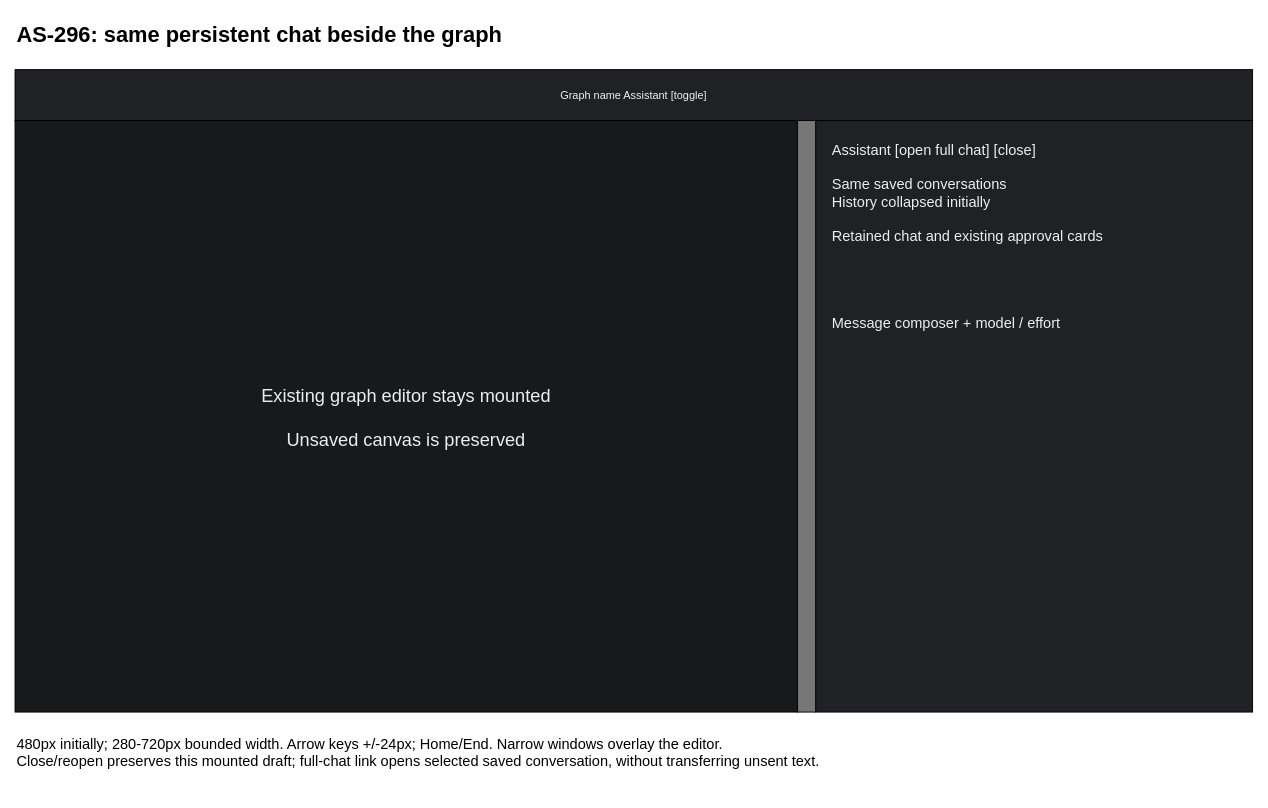
This is page "AS-296 - Resizable editor assistant" (5 of 5) of projects/laomedo/subsystems/agent-execution/design/application-assistant.drawio from amadou-6e/specs, a draw.io file, before an edit. Source tidied: cells renumbered, new cells numbered last; positions are measured from the earlier drawing's top-left corner, leaving out a move shared by most shapes. Both pictures are drawn from the tidied source at 91%, with x=0, y=0 at pixel (15, 15).
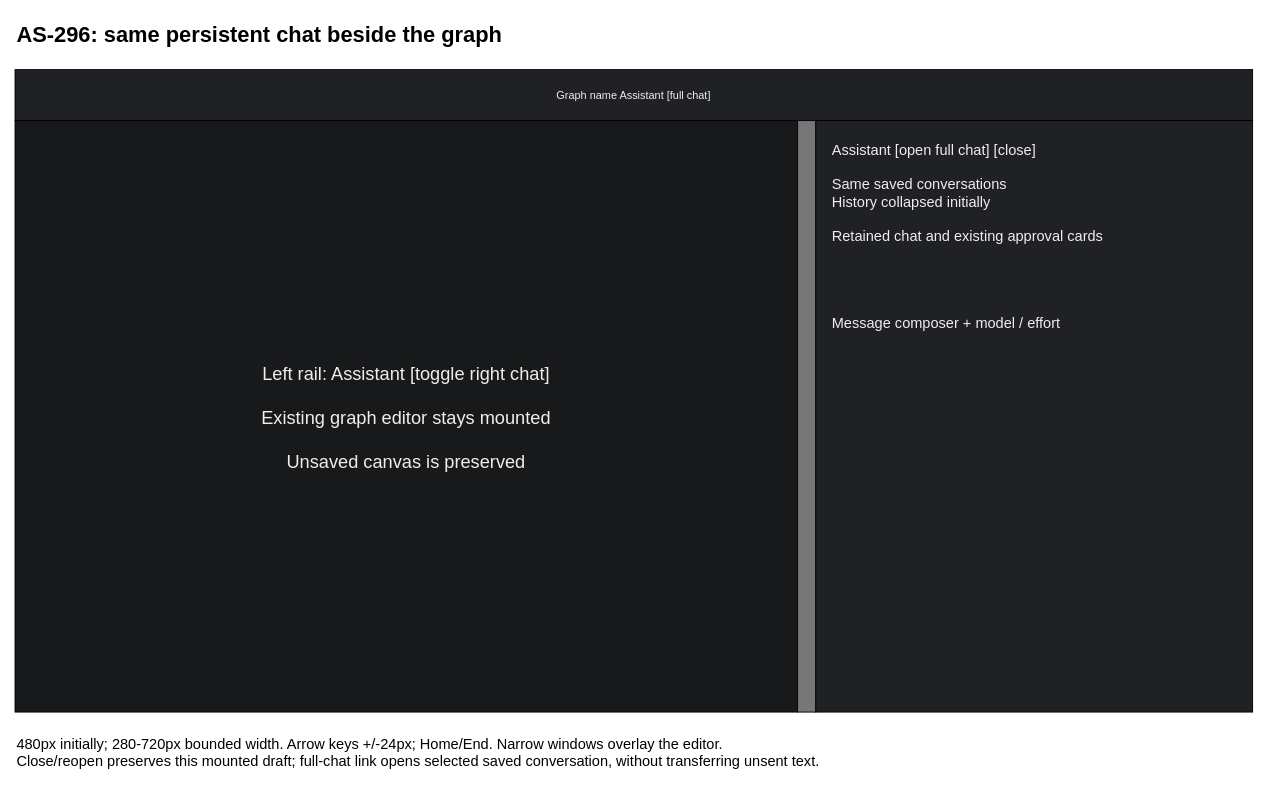
Above is the later version.

Commit message (it also covers changes not shown here):
docs: define header chat and rail sidebar entry points

Diff of the diagram source:
```diff
@@
 <mxGraphModel>
   <root>
     <mxCell id="0" />
     <mxCell id="1" parent="0" />
     <mxCell id="2" value="AS-296: same persistent chat beside the graph" style="text;fontSize=24;fontStyle=1;" parent="1" vertex="1">
       <mxGeometry width="1300" height="40" as="geometry" />
     </mxCell>
-    <mxCell id="3" value="Graph name                                  Assistant [toggle]" style="rounded=0;fillColor=#202124;fontColor=#eeeeee;" parent="1" vertex="1">
+    <mxCell id="3" value="Graph name                                  Assistant [full chat]" style="rounded=0;fillColor=#202124;fontColor=#eeeeee;" parent="1" vertex="1">
       <mxGeometry y="60" width="1360" height="56" as="geometry" />
     </mxCell>
-    <mxCell id="4" value="Existing graph editor stays mounted&#10;&#10;Unsaved canvas is preserved" style="rounded=0;fillColor=#18191b;fontColor=#eeeeee;fontSize=20;" parent="1" vertex="1">
+    <mxCell id="4" value="Left rail: Assistant [toggle right chat]&#10;&#10;Existing graph editor stays mounted&#10;&#10;Unsaved canvas is preserved" style="rounded=0;fillColor=#18191b;fontColor=#eeeeee;fontSize=20;" parent="1" vertex="1">
       <mxGeometry y="116" width="860" height="650" as="geometry" />
     </mxCell>
     <mxCell id="5" style="rounded=0;fillColor=#777777;" parent="1" vertex="1">
       <mxGeometry x="860" y="116" width="20" height="650" as="geometry" />
     </mxCell>
     <mxCell id="6" value="Assistant                     [open full chat]  [close]&#10;&#10;Same saved conversations&#10;History collapsed initially&#10;&#10;Retained chat and existing approval cards&#10;&#10;&#10;&#10;&#10;Message composer + model / effort" style="rounded=0;fillColor=#202124;fontColor=#eeeeee;align=left;verticalAlign=top;spacing=18;fontSize=16;" parent="1" vertex="1">
       <mxGeometry x="880" y="116" width="480" height="650" as="geometry" />
     </mxCell>
     <mxCell id="7" value="480px initially; 280-720px bounded width. Arrow keys +/-24px; Home/End. Narrow windows overlay the editor.&#10;Close/reopen preserves this mounted draft; full-chat link opens selected saved conversation, without transferring unsent text." style="text;align=left;fontSize=16;" parent="1" vertex="1">
       <mxGeometry y="785" width="1360" height="70" as="geometry" />
     </mxCell>
   </root>
 </mxGraphModel>
```
